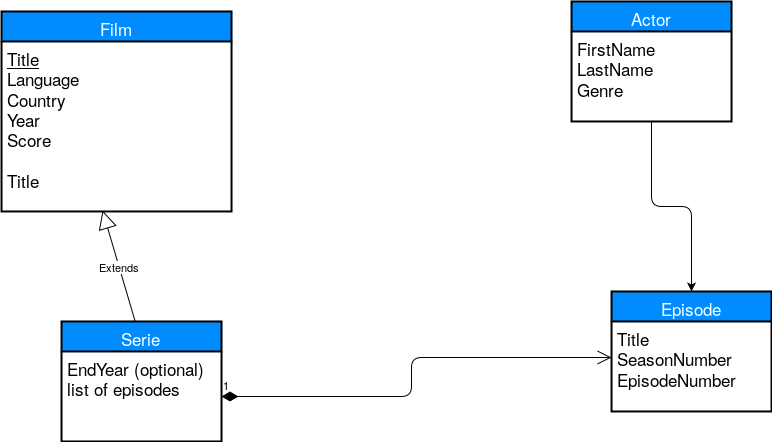
This is Rapport/Pic/ER_Driagram.png from rumuricoste/DB_Project, a draw.io export, as it was before one commit. Source tidied: cells renumbered, new cells last; positions are measured from the earlier drawing's top-left corner, leaving out a move shared by most shapes.
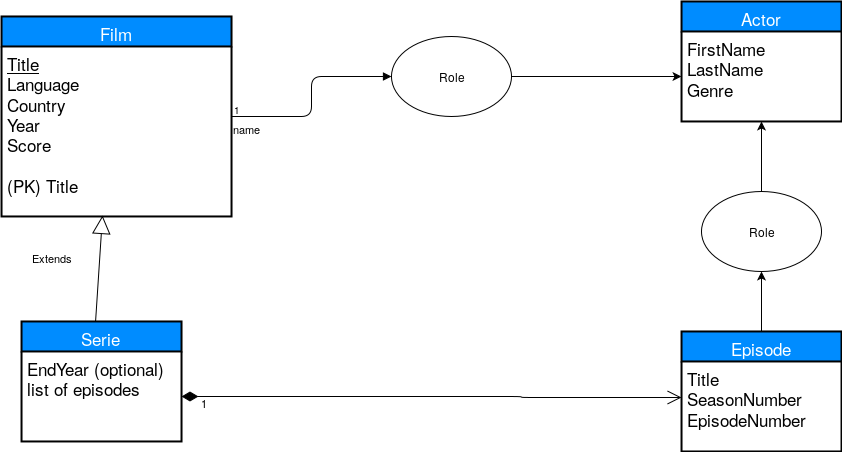
The same diagram one commit later.

Change to the diagram source:
```diff
@@ -3,45 +3,68 @@
     <mxCell id="0" />
     <mxCell id="1" parent="0" />
     <mxCell id="2" value="Extends" style="endArrow=block;endSize=16;endFill=0;html=1;entryX=0.439;entryY=0.994;entryPerimeter=0;exitX=0.463;exitY=0.008;exitPerimeter=0;" parent="1" edge="1" source="7" target="5">
-      <mxGeometry relative="1" as="geometry" />
+      <mxGeometry x="0.15" y="47" relative="1" as="geometry" />
     </mxCell>
-    <mxCell id="3" style="edgeStyle=orthogonalEdgeStyle;rounded=1;html=1;exitX=0.5;exitY=1;entryX=0.5;entryY=0;jettySize=auto;strokeColor=#000000;" parent="1" edge="1" source="12" target="9">
-      <mxGeometry relative="1" as="geometry" />
-    </mxCell>
     <mxCell id="4" value="Film" style="swimlane;html=1;horizontal=1;startSize=30;fillColor=#008cff;fontColor=#FFFFFF;rounded=0;fontSize=17;fontStyle=0;strokeWidth=2;shadow=0;dashed=0;align=center;glass=0;" parent="1" vertex="1">
-      <mxGeometry y="10" width="230" height="200" as="geometry" />
+      <mxGeometry x="-70" y="25" width="230" height="200" as="geometry" />
     </mxCell>
-    <mxCell id="5" value="&lt;u&gt;Title&lt;/u&gt;&lt;br&gt;Language&lt;br&gt;Country&lt;br&gt;Year&lt;br&gt;Score&lt;br&gt;&lt;br&gt;Title" style="whiteSpace=wrap;html=1;align=left;strokeColor=none;fillColor=none;spacingLeft=4;fontSize=17;verticalAlign=top;" parent="4" vertex="1">
+    <mxCell id="5" value="&lt;u&gt;Title&lt;/u&gt;&lt;br&gt;Language&lt;br&gt;Country&lt;br&gt;Year&lt;br&gt;Score&lt;br&gt;&lt;br&gt;(PK) Title" style="whiteSpace=wrap;html=1;align=left;strokeColor=none;fillColor=none;spacingLeft=4;fontSize=17;verticalAlign=top;" parent="4" vertex="1">
       <mxGeometry y="30" width="230" height="170" as="geometry" />
     </mxCell>
     <mxCell id="6" style="line;html=1;strokeWidth=1;fillColor=none;align=left;verticalAlign=middle;spacingTop=-1;spacingLeft=3;spacingRight=3;labelPosition=right;rounded=0;shadow=0;glass=0;" parent="4" vertex="1">
       <mxGeometry y="200" width="230" as="geometry" />
     </mxCell>
-    <mxCell id="7" value="Serie" style="swimlane;html=1;horizontal=1;startSize=30;fillColor=#008cff;fontColor=#FFFFFF;rounded=0;fontSize=17;fontStyle=0;strokeWidth=2;shadow=0;dashed=0;align=center;glass=0;" parent="1" vertex="1">
-      <mxGeometry x="60" y="320" width="160" height="120" as="geometry" />
-    </mxCell>
-    <mxCell id="8" value="EndYear (optional)&lt;br&gt;list of episodes" style="whiteSpace=wrap;html=1;align=left;strokeColor=none;fillColor=none;spacingLeft=4;fontSize=17;verticalAlign=top;" parent="7" vertex="1">
-      <mxGeometry y="30" width="160" height="90" as="geometry" />
-    </mxCell>
+    <mxCell id="14" style="edgeStyle=orthogonalEdgeStyle;rounded=0;html=1;exitX=0.5;exitY=0;jettySize=auto;" parent="1" edge="1" source="9" target="20">
+      <mxGeometry relative="1" as="geometry" />
+    </mxCell>
     <mxCell id="9" value="Episode" style="swimlane;html=1;horizontal=1;startSize=30;fillColor=#008cff;fontColor=#FFFFFF;rounded=0;fontSize=17;fontStyle=0;strokeWidth=2;shadow=0;dashed=0;align=center;glass=0;" parent="1" vertex="1">
-      <mxGeometry x="610" y="290" width="160" height="120" as="geometry" />
+      <mxGeometry x="610" y="340" width="160" height="120" as="geometry" />
     </mxCell>
     <mxCell id="10" value="Title&lt;br&gt;SeasonNumber&lt;br&gt;EpisodeNumber" style="whiteSpace=wrap;html=1;align=left;strokeColor=none;fillColor=none;spacingLeft=4;fontSize=17;verticalAlign=top;" parent="9" vertex="1">
       <mxGeometry y="30" width="160" height="90" as="geometry" />
     </mxCell>
     <mxCell id="11" value="1" style="endArrow=open;html=1;endSize=12;startArrow=diamondThin;startSize=14;startFill=1;edgeStyle=orthogonalEdgeStyle;align=left;verticalAlign=bottom;exitX=1;exitY=0.5;entryX=0;entryY=0.4;entryPerimeter=0;" parent="1" edge="1" source="8" target="10">
-      <mxGeometry x="-1" y="3" relative="1" as="geometry">
+      <mxGeometry x="-0.93" y="-15" relative="1" as="geometry">
         <Array as="points">
-          <mxPoint x="410" y="395" />
-          <mxPoint x="410" y="356" />
+          <mxPoint x="450" y="405" />
+          <mxPoint x="450" y="406" />
         </Array>
       </mxGeometry>
     </mxCell>
     <mxCell id="12" value="Actor" style="swimlane;html=1;horizontal=1;startSize=30;fillColor=#008cff;fontColor=#FFFFFF;rounded=0;fontSize=17;fontStyle=0;strokeWidth=2;shadow=0;dashed=0;align=center;swimlaneLine=1;" parent="1" vertex="1">
-      <mxGeometry x="570" width="160" height="120" as="geometry" />
+      <mxGeometry x="610" y="10" width="160" height="120" as="geometry" />
     </mxCell>
     <mxCell id="13" value="FirstName&lt;br&gt;LastName&lt;br&gt;Genre&lt;br&gt;" style="whiteSpace=wrap;html=1;align=left;strokeColor=none;fillColor=none;spacingLeft=4;fontSize=17;verticalAlign=top;rounded=0;glass=0;shadow=0;" parent="12" vertex="1">
       <mxGeometry y="30" width="160" height="90" as="geometry" />
     </mxCell>
+    <mxCell id="15" style="edgeStyle=orthogonalEdgeStyle;rounded=0;html=1;exitX=1;exitY=0.5;entryX=0;entryY=0.5;jettySize=auto;" parent="1" edge="1" source="16" target="13">
+      <mxGeometry relative="1" as="geometry" />
+    </mxCell>
+    <mxCell id="16" value="Role" style="ellipse;whiteSpace=wrap;html=1;" parent="1" vertex="1">
+      <mxGeometry x="320" y="45" width="120" height="80" as="geometry" />
+    </mxCell>
+    <mxCell id="17" value="name" style="endArrow=block;endFill=1;html=1;edgeStyle=orthogonalEdgeStyle;align=left;verticalAlign=top;entryX=0;entryY=0.5;exitX=1;exitY=0.5;" parent="1" edge="1" source="4" target="16">
+      <mxGeometry x="-1" relative="1" as="geometry">
+        <Array as="points">
+          <mxPoint x="240" y="125" />
+          <mxPoint x="240" y="85" />
+        </Array>
+      </mxGeometry>
+    </mxCell>
+    <mxCell id="18" value="1" style="html=1;align=left;verticalAlign=bottom;labelBackgroundColor=#ffffff;fontSize=10;" parent="17" vertex="1">
+      <mxGeometry x="-1" relative="1" as="geometry" />
+    </mxCell>
+    <mxCell id="7" value="Serie" style="swimlane;html=1;horizontal=1;startSize=30;fillColor=#008cff;fontColor=#FFFFFF;rounded=0;fontSize=17;fontStyle=0;strokeWidth=2;shadow=0;dashed=0;align=center;glass=0;" parent="1" vertex="1">
+      <mxGeometry x="-50" y="330" width="160" height="120" as="geometry" />
+    </mxCell>
+    <mxCell id="8" value="EndYear (optional)&lt;br&gt;list of episodes" style="whiteSpace=wrap;html=1;align=left;strokeColor=none;fillColor=none;spacingLeft=4;fontSize=17;verticalAlign=top;" parent="7" vertex="1">
+      <mxGeometry y="30" width="160" height="90" as="geometry" />
+    </mxCell>
+    <mxCell id="19" style="edgeStyle=orthogonalEdgeStyle;rounded=0;html=1;exitX=0.5;exitY=0;jettySize=auto;" parent="1" edge="1" source="20" target="13">
+      <mxGeometry relative="1" as="geometry" />
+    </mxCell>
+    <mxCell id="20" value="Role" style="ellipse;whiteSpace=wrap;html=1;" parent="1" vertex="1">
+      <mxGeometry x="630" y="200" width="120" height="80" as="geometry" />
+    </mxCell>
   </root>
 </mxGraphModel>
```
